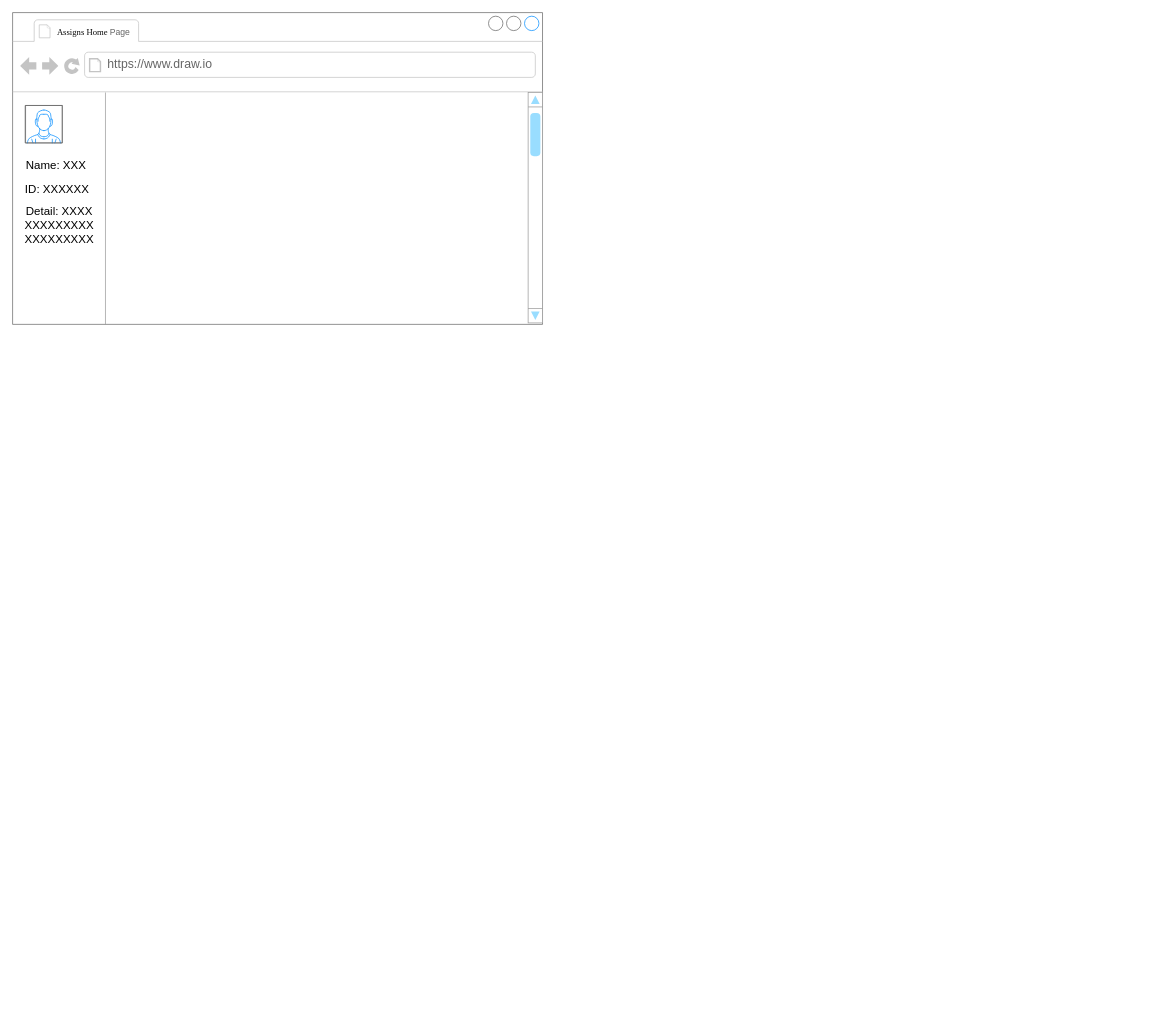
Before: CW1-Assigns.drawio in Echo-xin/Echo-xin, a draw.io diagram. Source tidied: cells renumbered, new cells numbered last; positions are measured from the earlier drawing's top-left corner, leaving out a move shared by most shapes. Both pictures are drawn from the tidied source at 72%, with x=0, y=0 at pixel (12, 12).
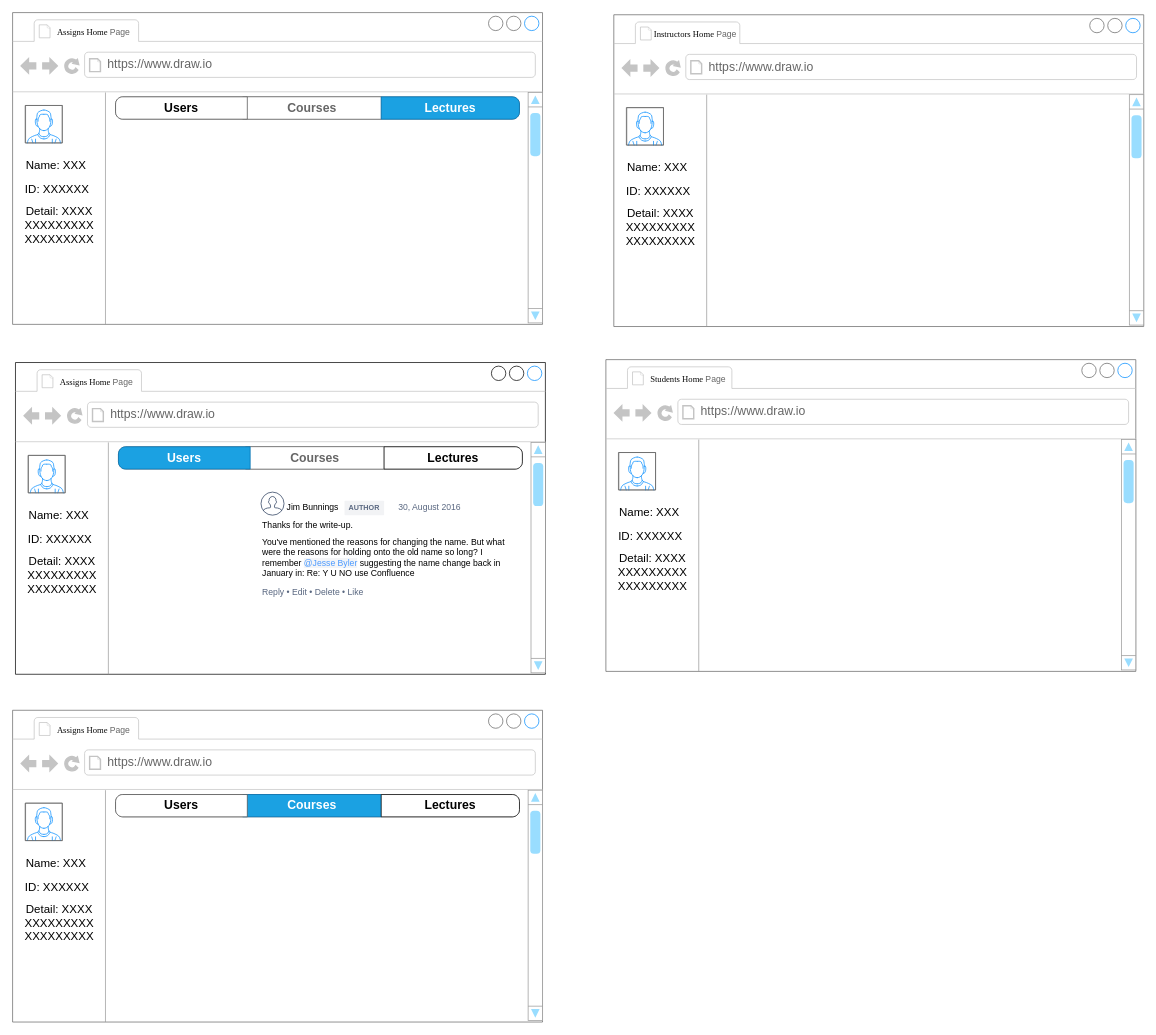
The same diagram, later.

Unchanged cells that the change refers to:
```xml
<mxCell id="2" style="strokeWidth=1;shadow=0;dashed=0;align=center;html=1;shape=mxgraph.mockup.containers.browserWindow;rSize=0;strokeColor=#666666;strokeColor2=#008cff;strokeColor3=#c4c4c4;mainText=,;" parent="1" vertex="1">
  <mxGeometry width="736" height="433" as="geometry" />
</mxCell>
```

Change to the diagram source:
```diff
@@
+    <mxCell id="11" style="strokeWidth=1;shadow=0;dashed=0;align=center;html=1;shape=mxgraph.mockup.rrect;rSize=10;fillColor=#ffffff;strokeColor=#666666;" parent="2" vertex="1">
+      <mxGeometry x="143" y="117" width="561" height="31" as="geometry" />
+    </mxCell>
+    <mxCell id="12" value="Courses" style="strokeColor=inherit;fillColor=inherit;gradientColor=inherit;strokeWidth=1;shadow=0;dashed=0;align=center;html=1;shape=mxgraph.mockup.rrect;rSize=0;fontSize=17;fontColor=#666666;fontStyle=1;whiteSpace=wrap;" parent="11" vertex="1">
+      <mxGeometry width="192" height="31" relative="1" as="geometry">
+        <mxPoint x="177" as="offset" />
+      </mxGeometry>
+    </mxCell>
+    <mxCell id="13" value="Lectures" style="strokeColor=#006EAF;fillColor=#1ba1e2;strokeWidth=1;shadow=0;dashed=0;align=center;html=1;shape=mxgraph.mockup.rightButton;rSize=10;fontSize=17;fontColor=#ffffff;fontStyle=1;whiteSpace=wrap;" parent="11" vertex="1">
+      <mxGeometry x="1" width="192" height="31" relative="1" as="geometry">
+        <mxPoint x="-192" as="offset" />
+      </mxGeometry>
+    </mxCell>
+    <mxCell id="14" value="&lt;font color=&quot;#000000&quot;&gt;Users&lt;/font&gt;" style="strokeWidth=1;shadow=0;dashed=0;align=center;html=1;shape=mxgraph.mockup.leftButton;rSize=10;fontSize=17;fontColor=#ffffff;fontStyle=1;fillColor=#FFFFFF;strokeColor=#4D4D4D;whiteSpace=wrap;" parent="11" vertex="1">
+      <mxGeometry width="183" height="31" relative="1" as="geometry" />
+    </mxCell>
+    <mxCell id="15" style="strokeWidth=1;shadow=0;dashed=0;align=center;html=1;shape=mxgraph.mockup.containers.browserWindow;rSize=0;strokeColor=#666666;strokeColor2=#008cff;strokeColor3=#c4c4c4;mainText=,;" parent="1" vertex="1">
+      <mxGeometry x="824" y="482" width="736" height="433" as="geometry" />
+    </mxCell>
+    <mxCell id="16" value="&lt;font style=&quot;font-size: 12px;&quot;&gt;&lt;span style=&quot;background-color: initial;&quot;&gt;&lt;span style=&quot;font-family: 宋体;&quot; class=&quot;15&quot;&gt;&lt;font color=&quot;#080808&quot; style=&quot;font-size: 12px;&quot; face=&quot;Times New Roman&quot;&gt;Students Home&amp;nbsp;&lt;/font&gt;&lt;/span&gt;&lt;/span&gt;Page&amp;nbsp;&lt;/font&gt;" style="strokeWidth=1;shadow=0;dashed=0;align=center;html=1;shape=mxgraph.mockup.containers.anchor;fontSize=17;fontColor=#666666;align=left;whiteSpace=wrap;" parent="15" vertex="1">
+      <mxGeometry x="60" y="14" width="224" height="26" as="geometry" />
+    </mxCell>
+    <mxCell id="17" value="https://www.draw.io" style="strokeWidth=1;shadow=0;dashed=0;align=center;html=1;shape=mxgraph.mockup.containers.anchor;rSize=0;fontSize=17;fontColor=#666666;align=left;" parent="15" vertex="1">
+      <mxGeometry x="130" y="60" width="250" height="26" as="geometry" />
+    </mxCell>
+    <mxCell id="18" style="verticalLabelPosition=bottom;shadow=0;dashed=0;align=center;html=1;verticalAlign=top;strokeWidth=1;shape=mxgraph.mockup.containers.userMale;strokeColor=#666666;strokeColor2=#008cff;" parent="15" vertex="1">
+      <mxGeometry x="18" y="129" width="51" height="52" as="geometry" />
+    </mxCell>
+    <mxCell id="19" style="verticalLabelPosition=bottom;shadow=0;dashed=0;align=center;html=1;verticalAlign=top;strokeWidth=1;shape=mxgraph.mockup.markup.line;strokeColor=#999999;direction=north;" parent="15" vertex="1">
+      <mxGeometry x="119" y="111" width="20" height="322" as="geometry" />
+    </mxCell>
+    <mxCell id="20" style="verticalLabelPosition=bottom;shadow=0;dashed=0;align=center;html=1;verticalAlign=top;strokeWidth=1;shape=mxgraph.mockup.navigation.scrollBar;strokeColor=#999999;barPos=96.171;fillColor2=#99ddff;strokeColor2=none;direction=north;" parent="15" vertex="1">
+      <mxGeometry x="716" y="111" width="20" height="320" as="geometry" />
+    </mxCell>
+    <mxCell id="21" value="Name: XXX" style="text;strokeColor=none;fillColor=none;html=1;align=center;verticalAlign=middle;whiteSpace=wrap;rounded=0;fontSize=16;" parent="15" vertex="1">
+      <mxGeometry x="2" y="197" width="117" height="30" as="geometry" />
+    </mxCell>
+    <mxCell id="22" value="ID: XXXXXX" style="text;strokeColor=none;fillColor=none;html=1;align=center;verticalAlign=middle;whiteSpace=wrap;rounded=0;fontSize=16;" parent="15" vertex="1">
+      <mxGeometry x="8" y="230" width="108" height="30" as="geometry" />
+    </mxCell>
+    <mxCell id="23" value="Detail: XXXX&lt;div&gt;XXXXX&lt;span style=&quot;background-color: initial;&quot;&gt;X&lt;/span&gt;&lt;span style=&quot;background-color: initial;&quot;&gt;X&lt;/span&gt;&lt;span style=&quot;background-color: initial;&quot;&gt;XX&lt;/span&gt;&lt;/div&gt;&lt;div&gt;&lt;span style=&quot;background-color: initial;&quot;&gt;XXXXXXXXX&lt;/span&gt;&lt;/div&gt;" style="text;strokeColor=none;fillColor=none;html=1;align=center;verticalAlign=middle;whiteSpace=wrap;rounded=0;fontSize=16;" parent="15" vertex="1">
+      <mxGeometry x="8" y="264" width="114" height="62" as="geometry" />
+    </mxCell>
+    <mxCell id="24" style="strokeWidth=1;shadow=0;dashed=0;align=center;html=1;shape=mxgraph.mockup.containers.browserWindow;rSize=0;strokeColor=#666666;strokeColor2=#008cff;strokeColor3=#c4c4c4;mainText=,;" parent="1" vertex="1">
+      <mxGeometry x="835" y="3" width="736" height="433" as="geometry" />
+    </mxCell>
+    <mxCell id="25" value="&lt;font style=&quot;font-size: 12px;&quot;&gt;&lt;span style=&quot;background-color: initial;&quot;&gt;&lt;span style=&quot;font-family: 宋体;&quot; class=&quot;15&quot;&gt;&lt;font color=&quot;#080808&quot; style=&quot;font-size: 12px;&quot; face=&quot;Times New Roman&quot;&gt;Instructors Home&amp;nbsp;&lt;/font&gt;&lt;/span&gt;&lt;/span&gt;Page&amp;nbsp;&lt;/font&gt;" style="strokeWidth=1;shadow=0;dashed=0;align=center;html=1;shape=mxgraph.mockup.containers.anchor;fontSize=17;fontColor=#666666;align=left;whiteSpace=wrap;" parent="24" vertex="1">
+      <mxGeometry x="54" y="14" width="224" height="26" as="geometry" />
+    </mxCell>
+    <mxCell id="26" value="https://www.draw.io" style="strokeWidth=1;shadow=0;dashed=0;align=center;html=1;shape=mxgraph.mockup.containers.anchor;rSize=0;fontSize=17;fontColor=#666666;align=left;" parent="24" vertex="1">
+      <mxGeometry x="130" y="60" width="250" height="26" as="geometry" />
+    </mxCell>
+    <mxCell id="27" style="verticalLabelPosition=bottom;shadow=0;dashed=0;align=center;html=1;verticalAlign=top;strokeWidth=1;shape=mxgraph.mockup.containers.userMale;strokeColor=#666666;strokeColor2=#008cff;" parent="24" vertex="1">
+      <mxGeometry x="18" y="129" width="51" height="52" as="geometry" />
+    </mxCell>
+    <mxCell id="28" style="verticalLabelPosition=bottom;shadow=0;dashed=0;align=center;html=1;verticalAlign=top;strokeWidth=1;shape=mxgraph.mockup.markup.line;strokeColor=#999999;direction=north;" parent="24" vertex="1">
+      <mxGeometry x="119" y="111" width="20" height="322" as="geometry" />
+    </mxCell>
+    <mxCell id="29" style="verticalLabelPosition=bottom;shadow=0;dashed=0;align=center;html=1;verticalAlign=top;strokeWidth=1;shape=mxgraph.mockup.navigation.scrollBar;strokeColor=#999999;barPos=96.171;fillColor2=#99ddff;strokeColor2=none;direction=north;" parent="24" vertex="1">
+      <mxGeometry x="716" y="111" width="20" height="320" as="geometry" />
+    </mxCell>
+    <mxCell id="30" value="Name: XXX" style="text;strokeColor=none;fillColor=none;html=1;align=center;verticalAlign=middle;whiteSpace=wrap;rounded=0;fontSize=16;" parent="24" vertex="1">
+      <mxGeometry x="2" y="197" width="117" height="30" as="geometry" />
+    </mxCell>
+    <mxCell id="31" value="ID: XXXXXX" style="text;strokeColor=none;fillColor=none;html=1;align=center;verticalAlign=middle;whiteSpace=wrap;rounded=0;fontSize=16;" parent="24" vertex="1">
+      <mxGeometry x="8" y="230" width="108" height="30" as="geometry" />
+    </mxCell>
+    <mxCell id="32" value="Detail: XXXX&lt;div&gt;XXXXX&lt;span style=&quot;background-color: initial;&quot;&gt;X&lt;/span&gt;&lt;span style=&quot;background-color: initial;&quot;&gt;X&lt;/span&gt;&lt;span style=&quot;background-color: initial;&quot;&gt;XX&lt;/span&gt;&lt;/div&gt;&lt;div&gt;&lt;span style=&quot;background-color: initial;&quot;&gt;XXXXXXXXX&lt;/span&gt;&lt;/div&gt;" style="text;strokeColor=none;fillColor=none;html=1;align=center;verticalAlign=middle;whiteSpace=wrap;rounded=0;fontSize=16;" parent="24" vertex="1">
+      <mxGeometry x="8" y="264" width="114" height="62" as="geometry" />
+    </mxCell>
+    <mxCell id="33" style="strokeWidth=1;shadow=0;dashed=0;align=center;html=1;shape=mxgraph.mockup.containers.browserWindow;rSize=0;strokeColor2=#008cff;strokeColor3=#c4c4c4;mainText=,;" parent="1" vertex="1">
+      <mxGeometry x="4" y="486" width="736" height="433" as="geometry" />
+    </mxCell>
+    <mxCell id="34" value="&lt;font style=&quot;font-size: 12px;&quot;&gt;&lt;span style=&quot;background-color: initial;&quot;&gt;&lt;span style=&quot;font-family: 宋体;&quot; class=&quot;15&quot;&gt;&lt;font color=&quot;#080808&quot; style=&quot;font-size: 12px;&quot; face=&quot;Times New Roman&quot;&gt;Assigns Home&amp;nbsp;&lt;/font&gt;&lt;/span&gt;&lt;/span&gt;Page&amp;nbsp;&lt;/font&gt;" style="strokeWidth=1;shadow=0;dashed=0;align=center;html=1;shape=mxgraph.mockup.containers.anchor;fontSize=17;fontColor=#666666;align=left;whiteSpace=wrap;" parent="33" vertex="1">
+      <mxGeometry x="60" y="14" width="224" height="26" as="geometry" />
+    </mxCell>
+    <mxCell id="35" value="https://www.draw.io" style="strokeWidth=1;shadow=0;dashed=0;align=center;html=1;shape=mxgraph.mockup.containers.anchor;rSize=0;fontSize=17;fontColor=#666666;align=left;" parent="33" vertex="1">
+      <mxGeometry x="130" y="60" width="250" height="26" as="geometry" />
+    </mxCell>
+    <mxCell id="36" style="verticalLabelPosition=bottom;shadow=0;dashed=0;align=center;html=1;verticalAlign=top;strokeWidth=1;shape=mxgraph.mockup.containers.userMale;strokeColor=#666666;strokeColor2=#008cff;" parent="33" vertex="1">
+      <mxGeometry x="18" y="129" width="51" height="52" as="geometry" />
+    </mxCell>
+    <mxCell id="37" style="verticalLabelPosition=bottom;shadow=0;dashed=0;align=center;html=1;verticalAlign=top;strokeWidth=1;shape=mxgraph.mockup.markup.line;strokeColor=#999999;direction=north;" parent="33" vertex="1">
+      <mxGeometry x="119" y="111" width="20" height="322" as="geometry" />
+    </mxCell>
+    <mxCell id="38" style="verticalLabelPosition=bottom;shadow=0;dashed=0;align=center;html=1;verticalAlign=top;strokeWidth=1;shape=mxgraph.mockup.navigation.scrollBar;strokeColor=#999999;barPos=96.171;fillColor2=#99ddff;strokeColor2=none;direction=north;" parent="33" vertex="1">
+      <mxGeometry x="716" y="111" width="20" height="320" as="geometry" />
+    </mxCell>
+    <mxCell id="39" value="Name: XXX" style="text;strokeColor=none;fillColor=none;html=1;align=center;verticalAlign=middle;whiteSpace=wrap;rounded=0;fontSize=16;" parent="33" vertex="1">
+      <mxGeometry x="2" y="197" width="117" height="30" as="geometry" />
+    </mxCell>
+    <mxCell id="40" value="ID: XXXXXX" style="text;strokeColor=none;fillColor=none;html=1;align=center;verticalAlign=middle;whiteSpace=wrap;rounded=0;fontSize=16;" parent="33" vertex="1">
+      <mxGeometry x="8" y="230" width="108" height="30" as="geometry" />
+    </mxCell>
+    <mxCell id="41" value="Detail: XXXX&lt;div&gt;XXXXX&lt;span style=&quot;background-color: initial;&quot;&gt;X&lt;/span&gt;&lt;span style=&quot;background-color: initial;&quot;&gt;X&lt;/span&gt;&lt;span style=&quot;background-color: initial;&quot;&gt;XX&lt;/span&gt;&lt;/div&gt;&lt;div&gt;&lt;span style=&quot;background-color: initial;&quot;&gt;XXXXXXXXX&lt;/span&gt;&lt;/div&gt;" style="text;strokeColor=none;fillColor=none;html=1;align=center;verticalAlign=middle;whiteSpace=wrap;rounded=0;fontSize=16;" parent="33" vertex="1">
+      <mxGeometry x="8" y="264" width="114" height="62" as="geometry" />
+    </mxCell>
+    <mxCell id="42" style="strokeWidth=1;shadow=0;dashed=0;align=center;html=1;shape=mxgraph.mockup.rrect;rSize=10;fillColor=#ffffff;strokeColor=#666666;" parent="33" vertex="1">
+      <mxGeometry x="143" y="117" width="561" height="31" as="geometry" />
+    </mxCell>
+    <mxCell id="43" value="Courses" style="strokeColor=inherit;fillColor=inherit;gradientColor=inherit;strokeWidth=1;shadow=0;dashed=0;align=center;html=1;shape=mxgraph.mockup.rrect;rSize=0;fontSize=17;fontColor=#666666;fontStyle=1;whiteSpace=wrap;" parent="42" vertex="1">
+      <mxGeometry width="192" height="31" relative="1" as="geometry">
+        <mxPoint x="177" as="offset" />
+      </mxGeometry>
+    </mxCell>
+    <mxCell id="44" value="Lectures" style="strokeWidth=1;shadow=0;dashed=0;align=center;html=1;shape=mxgraph.mockup.rightButton;rSize=10;fontSize=17;fontStyle=1;whiteSpace=wrap;" parent="42" vertex="1">
+      <mxGeometry x="1" width="192" height="31" relative="1" as="geometry">
+        <mxPoint x="-192" as="offset" />
+      </mxGeometry>
+    </mxCell>
+    <mxCell id="45" value="Users" style="strokeWidth=1;shadow=0;dashed=0;align=center;html=1;shape=mxgraph.mockup.leftButton;rSize=10;fontSize=17;fontColor=#ffffff;fontStyle=1;fillColor=#1ba1e2;strokeColor=#006EAF;whiteSpace=wrap;" parent="42" vertex="1">
+      <mxGeometry width="183" height="31" relative="1" as="geometry" />
+    </mxCell>
+    <mxCell id="46" style="shape=mxgraph.ios7.icons.user;fillColor=#ffffff;strokeColor=#253858;" parent="33" vertex="1">
+      <mxGeometry x="341" y="180" width="32" height="32" as="geometry" />
+    </mxCell>
+    <mxCell id="47" value="Jim Bunnings" style="html=1;fillColor=none;strokeColor=none;fontSize=12;align=left;fontColor=#000000;whiteSpace=wrap;" parent="33" vertex="1">
+      <mxGeometry x="375" y="192" width="90" height="20" as="geometry" />
+    </mxCell>
+    <mxCell id="48" value="AUTHOR" style="rounded=1;arcSize=5;fillColor=#F2F3F5;strokeColor=none;fontColor=#596780;align=center;verticalAlign=middle;whiteSpace=wrap;fontSize=10;fontStyle=1;html=1;" parent="33" vertex="1">
+      <mxGeometry x="457" y="192" width="55" height="20" as="geometry" />
+    </mxCell>
+    <mxCell id="49" value="30, August 2016" style="html=1;fillColor=none;strokeColor=none;fontSize=12;align=left;fontColor=#596780;whiteSpace=wrap;" parent="33" vertex="1">
+      <mxGeometry x="530" y="192" width="110" height="20" as="geometry" />
+    </mxCell>
+    <mxCell id="50" value="Thanks for the write-up." style="html=1;fillColor=none;strokeColor=none;fontSize=12;align=left;fontColor=#000000;whiteSpace=wrap;" parent="33" vertex="1">
+      <mxGeometry x="341" y="216" width="240" height="20" as="geometry" />
+    </mxCell>
+    <mxCell id="51" value="You&amp;apos;ve mentioned the reasons for changing the name. But what were the reasons for holding onto the old name so long? I remember &lt;font color=&quot;#4c9aff&quot; style=&quot;background-color: rgb(244 , 245 , 247)&quot;&gt;@Jesse Byler&lt;/font&gt; suggesting the name change back in January in: Re: Y U NO use Confluence" style="html=1;fillColor=none;strokeColor=none;fontSize=12;align=left;fontColor=#000000;whiteSpace=wrap;verticalAlign=top;" parent="33" vertex="1">
+      <mxGeometry x="341" y="236" width="358" height="55" as="geometry" />
+    </mxCell>
+    <mxCell id="52" value="Reply &amp;#8226; Edit &amp;#8226; Delete &amp;#8226; Like" style="html=1;fillColor=none;strokeColor=none;fontSize=12;align=left;fontColor=#596780;whiteSpace=wrap;" parent="33" vertex="1">
+      <mxGeometry x="341" y="309" width="240" height="20" as="geometry" />
+    </mxCell>
+    <mxCell id="53" style="edgeStyle=none;curved=1;rounded=0;orthogonalLoop=1;jettySize=auto;html=1;exitX=0.25;exitY=1;exitDx=0;exitDy=0;fontSize=12;startSize=8;endSize=8;" parent="33" edge="1" source="47" target="47">
+      <mxGeometry relative="1" as="geometry" />
+    </mxCell>
+    <mxCell id="54" style="strokeWidth=1;shadow=0;dashed=0;align=center;html=1;shape=mxgraph.mockup.containers.browserWindow;rSize=0;strokeColor=#666666;strokeColor2=#008cff;strokeColor3=#c4c4c4;mainText=,;" parent="1" vertex="1">
+      <mxGeometry y="969" width="736" height="433" as="geometry" />
+    </mxCell>
+    <mxCell id="55" value="&lt;font style=&quot;font-size: 12px;&quot;&gt;&lt;span style=&quot;background-color: initial;&quot;&gt;&lt;span style=&quot;font-family: 宋体;&quot; class=&quot;15&quot;&gt;&lt;font color=&quot;#080808&quot; style=&quot;font-size: 12px;&quot; face=&quot;Times New Roman&quot;&gt;Assigns Home&amp;nbsp;&lt;/font&gt;&lt;/span&gt;&lt;/span&gt;Page&amp;nbsp;&lt;/font&gt;" style="strokeWidth=1;shadow=0;dashed=0;align=center;html=1;shape=mxgraph.mockup.containers.anchor;fontSize=17;fontColor=#666666;align=left;whiteSpace=wrap;" parent="54" vertex="1">
+      <mxGeometry x="60" y="14" width="224" height="26" as="geometry" />
+    </mxCell>
+    <mxCell id="56" value="https://www.draw.io" style="strokeWidth=1;shadow=0;dashed=0;align=center;html=1;shape=mxgraph.mockup.containers.anchor;rSize=0;fontSize=17;fontColor=#666666;align=left;" parent="54" vertex="1">
+      <mxGeometry x="130" y="60" width="250" height="26" as="geometry" />
+    </mxCell>
+    <mxCell id="57" style="verticalLabelPosition=bottom;shadow=0;dashed=0;align=center;html=1;verticalAlign=top;strokeWidth=1;shape=mxgraph.mockup.containers.userMale;strokeColor=#666666;strokeColor2=#008cff;" parent="54" vertex="1">
+      <mxGeometry x="18" y="129" width="51" height="52" as="geometry" />
+    </mxCell>
+    <mxCell id="58" style="verticalLabelPosition=bottom;shadow=0;dashed=0;align=center;html=1;verticalAlign=top;strokeWidth=1;shape=mxgraph.mockup.markup.line;strokeColor=#999999;direction=north;" parent="54" vertex="1">
+      <mxGeometry x="119" y="111" width="20" height="322" as="geometry" />
+    </mxCell>
+    <mxCell id="59" style="verticalLabelPosition=bottom;shadow=0;dashed=0;align=center;html=1;verticalAlign=top;strokeWidth=1;shape=mxgraph.mockup.navigation.scrollBar;strokeColor=#999999;barPos=96.171;fillColor2=#99ddff;strokeColor2=none;direction=north;" parent="54" vertex="1">
+      <mxGeometry x="716" y="111" width="20" height="320" as="geometry" />
+    </mxCell>
+    <mxCell id="60" value="Name: XXX" style="text;strokeColor=none;fillColor=none;html=1;align=center;verticalAlign=middle;whiteSpace=wrap;rounded=0;fontSize=16;" parent="54" vertex="1">
+      <mxGeometry x="2" y="197" width="117" height="30" as="geometry" />
+    </mxCell>
+    <mxCell id="61" value="ID: XXXXXX" style="text;strokeColor=none;fillColor=none;html=1;align=center;verticalAlign=middle;whiteSpace=wrap;rounded=0;fontSize=16;" parent="54" vertex="1">
+      <mxGeometry x="8" y="230" width="108" height="30" as="geometry" />
+    </mxCell>
+    <mxCell id="62" value="Detail: XXXX&lt;div&gt;XXXXX&lt;span style=&quot;background-color: initial;&quot;&gt;X&lt;/span&gt;&lt;span style=&quot;background-color: initial;&quot;&gt;X&lt;/span&gt;&lt;span style=&quot;background-color: initial;&quot;&gt;XX&lt;/span&gt;&lt;/div&gt;&lt;div&gt;&lt;span style=&quot;background-color: initial;&quot;&gt;XXXXXXXXX&lt;/span&gt;&lt;/div&gt;" style="text;strokeColor=none;fillColor=none;html=1;align=center;verticalAlign=middle;whiteSpace=wrap;rounded=0;fontSize=16;" parent="54" vertex="1">
+      <mxGeometry x="8" y="264" width="114" height="62" as="geometry" />
+    </mxCell>
+    <mxCell id="63" style="strokeWidth=1;shadow=0;dashed=0;align=center;html=1;shape=mxgraph.mockup.rrect;rSize=10;fillColor=#ffffff;strokeColor=#666666;" parent="54" vertex="1">
+      <mxGeometry x="143" y="117" width="561" height="31" as="geometry" />
+    </mxCell>
+    <mxCell id="64" value="Courses" style="strokeColor=#006EAF;fillColor=#1ba1e2;strokeWidth=1;shadow=0;dashed=0;align=center;html=1;shape=mxgraph.mockup.rrect;rSize=0;fontSize=17;fontColor=#ffffff;fontStyle=1;whiteSpace=wrap;" parent="63" vertex="1">
+      <mxGeometry width="192" height="31" relative="1" as="geometry">
+        <mxPoint x="177" as="offset" />
+      </mxGeometry>
+    </mxCell>
+    <mxCell id="65" value="Lectures" style="strokeWidth=1;shadow=0;dashed=0;align=center;html=1;shape=mxgraph.mockup.rightButton;rSize=10;fontSize=17;fontStyle=1;whiteSpace=wrap;" parent="63" vertex="1">
+      <mxGeometry x="1" width="192" height="31" relative="1" as="geometry">
+        <mxPoint x="-192" as="offset" />
+      </mxGeometry>
+    </mxCell>
+    <mxCell id="66" value="&lt;font color=&quot;#000000&quot;&gt;Users&lt;/font&gt;" style="strokeWidth=1;shadow=0;dashed=0;align=center;html=1;shape=mxgraph.mockup.leftButton;rSize=10;fontSize=17;fontColor=#ffffff;fontStyle=1;fillColor=#FFFFFF;strokeColor=#4D4D4D;whiteSpace=wrap;" parent="63" vertex="1">
+      <mxGeometry width="183" height="31" relative="1" as="geometry" />
+    </mxCell>
```
